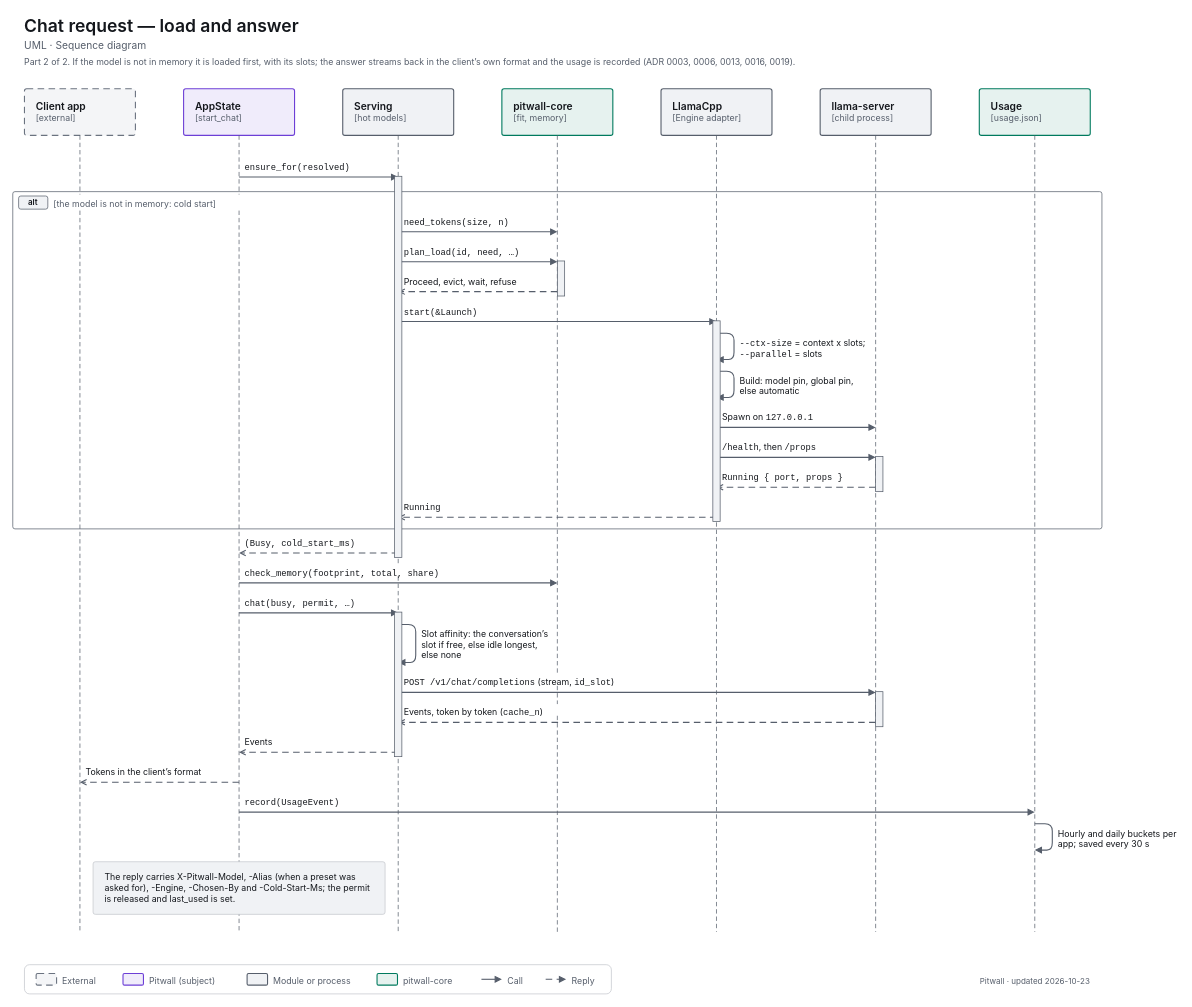
The draw.io diagram apps/pitwall/docs/diagrams/uml-seq-chat-serve.drawio in decryp7/paddock, before the edit. Source tidied: cells renumbered, new cells numbered last; positions are measured from the earlier drawing's top-left corner, leaving out a move shared by most shapes. Both pictures are drawn from the tidied source at 73%, with x=0, y=0 at pixel (12, 12).
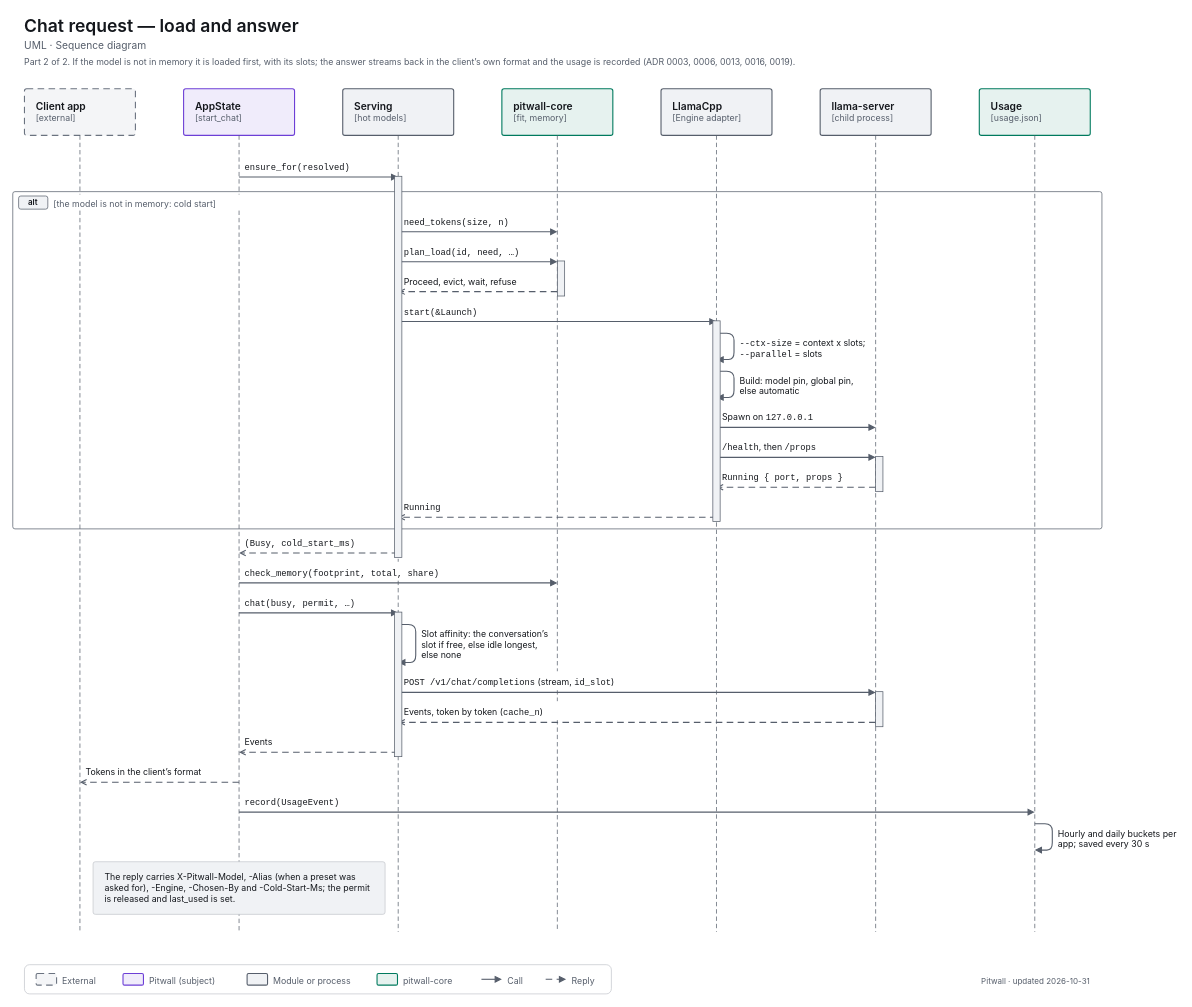
Above is the later version.

What changed in the source:
```diff
@@
     <mxCell id="16" style="edgeStyle=none;rounded=1;html=1;strokeWidth=1;strokeColor=light-dark(#565E6B,#A0A7B2);endArrow=none;endFill=0;endSize=6;dashed=1;dashPattern=6 4;" parent="1" edge="1">
       <mxGeometry relative="1" as="geometry">
         <mxPoint x="528" y="168" as="sourcePoint" />
-        <mxPoint x="528" y="756" as="targetPoint" />
+        <mxPoint x="528" y="752" as="targetPoint" />
       </mxGeometry>
     </mxCell>
     <mxCell id="17" style="edgeStyle=none;rounded=1;html=1;strokeWidth=1;strokeColor=light-dark(#565E6B,#A0A7B2);endArrow=none;endFill=0;endSize=6;dashed=1;dashPattern=6 4;" parent="1" edge="1">
       <mxGeometry relative="1" as="geometry">
-        <mxPoint x="528" y="772" as="sourcePoint" />
+        <mxPoint x="528" y="778" as="sourcePoint" />
         <mxPoint x="528" y="1259" as="targetPoint" />
       </mxGeometry>
     </mxCell>
     <mxCell id="18" style="edgeStyle=none;rounded=1;html=1;strokeWidth=1;strokeColor=light-dark(#565E6B,#A0A7B2);endArrow=none;endFill=0;endSize=6;dashed=1;dashPattern=6 4;" parent="1" edge="1">
       <mxGeometry relative="1" as="geometry">
         <mxPoint x="746" y="168" as="sourcePoint" />
-        <mxPoint x="746" y="906" as="targetPoint" />
+        <mxPoint x="746" y="902" as="targetPoint" />
       </mxGeometry>
     </mxCell>
     <mxCell id="19" style="edgeStyle=none;rounded=1;html=1;strokeWidth=1;strokeColor=light-dark(#565E6B,#A0A7B2);endArrow=none;endFill=0;endSize=6;dashed=1;dashPattern=6 4;" parent="1" edge="1">
       <mxGeometry relative="1" as="geometry">
-        <mxPoint x="746" y="922" as="sourcePoint" />
-        <mxPoint x="746" y="947" as="targetPoint" />
+        <mxPoint x="746" y="928" as="sourcePoint" />
+        <mxPoint x="746" y="943" as="targetPoint" />
       </mxGeometry>
     </mxCell>
     <mxCell id="20" style="edgeStyle=none;rounded=1;html=1;strokeWidth=1;strokeColor=light-dark(#565E6B,#A0A7B2);endArrow=none;endFill=0;endSize=6;dashed=1;dashPattern=6 4;" parent="1" edge="1">
       <mxGeometry relative="1" as="geometry">
-        <mxPoint x="746" y="963" as="sourcePoint" />
+        <mxPoint x="746" y="969" as="sourcePoint" />
         <mxPoint x="746" y="1259" as="targetPoint" />
       </mxGeometry>
     </mxCell>
@@
-    <mxCell id="89" value="&lt;span style=&quot;font-size:11px;font-weight:400&quot;&gt;Pitwall · updated 2026-10-23&lt;/span&gt;" style="html=1;whiteSpace=wrap;fontFamily=-apple-system,BlinkMacSystemFont,Segoe UI,system-ui,sans-serif;fontSize=12;fontColor=light-dark(#14171C,#ECEEF1);text;strokeColor=none;fillColor=none;align=right;verticalAlign=top;spacing=0;fontColor=light-dark(#565E6B,#A0A7B2);" parent="1" vertex="1">
+    <mxCell id="89" value="&lt;span style=&quot;font-size:11px;font-weight:400&quot;&gt;Pitwall · updated 2026-10-31&lt;/span&gt;" style="html=1;whiteSpace=wrap;fontFamily=-apple-system,BlinkMacSystemFont,Segoe UI,system-ui,sans-serif;fontSize=12;fontColor=light-dark(#14171C,#ECEEF1);text;strokeColor=none;fillColor=none;align=right;verticalAlign=top;spacing=0;fontColor=light-dark(#565E6B,#A0A7B2);" parent="1" vertex="1">
       <mxGeometry x="1116" y="1315" width="360" height="18" as="geometry" />
     </mxCell>
```
